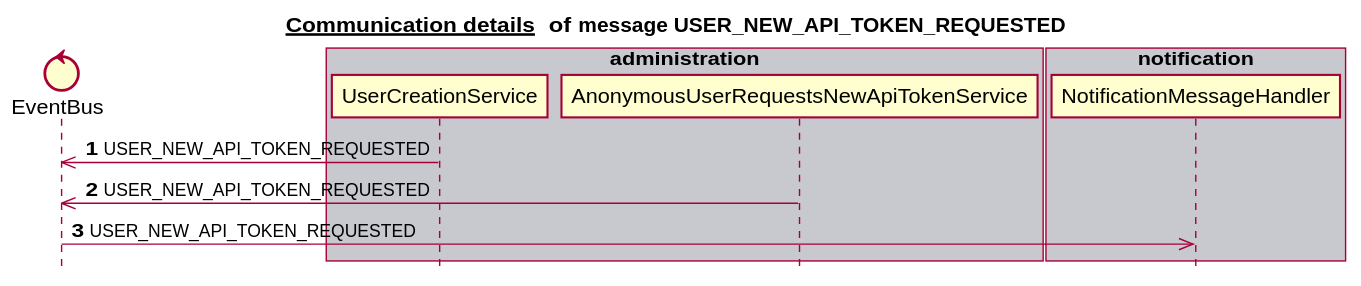
Above: docs/latest/images/gen_domain_messaging_user_new_api_token_requested.svg in mercedes-benz/sechub (PlantUML), before the change. The source it was exported from:
```plantuml
@startuml


title __Communication details __ of **message USER_NEW_API_TOKEN_REQUESTED**
skinparam style strictuml


control EventBus
box "administration" #C8C8CF
   participant UserCreationService
   participant AnonymousUserRequestsNewApiTokenService
end box
box "schedule" #F8F8FF
end box
box "authorization" #C8C8CF
end box
box "scan" #F8F8FF
end box
box "notification" #C8C8CF
   participant NotificationMessageHandler
end box
autonumber 1
UserCreationService ->> EventBus:USER_NEW_API_TOKEN_REQUESTED
AnonymousUserRequestsNewApiTokenService ->> EventBus:USER_NEW_API_TOKEN_REQUESTED
EventBus ->> NotificationMessageHandler:USER_NEW_API_TOKEN_REQUESTED
autonumber stop


@enduml
```
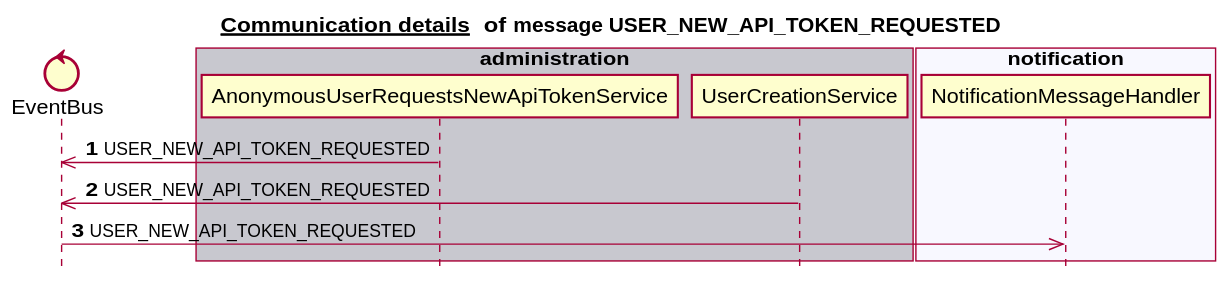
Later version of the same file.

Change to the diagram source:
```diff
@@ -6,22 +6,22 @@
 
 
 control EventBus
+box "scan" #C8C8CF
+end box
+box "authorization" #F8F8FF
+end box
 box "administration" #C8C8CF
+   participant AnonymousUserRequestsNewApiTokenService
    participant UserCreationService
-   participant AnonymousUserRequestsNewApiTokenService
 end box
-box "schedule" #F8F8FF
-end box
-box "authorization" #C8C8CF
-end box
-box "scan" #F8F8FF
-end box
-box "notification" #C8C8CF
+box "notification" #F8F8FF
    participant NotificationMessageHandler
 end box
+box "schedule" #C8C8CF
+end box
 autonumber 1
+AnonymousUserRequestsNewApiTokenService ->> EventBus:USER_NEW_API_TOKEN_REQUESTED
 UserCreationService ->> EventBus:USER_NEW_API_TOKEN_REQUESTED
-AnonymousUserRequestsNewApiTokenService ->> EventBus:USER_NEW_API_TOKEN_REQUESTED
 EventBus ->> NotificationMessageHandler:USER_NEW_API_TOKEN_REQUESTED
 autonumber stop
 
```
